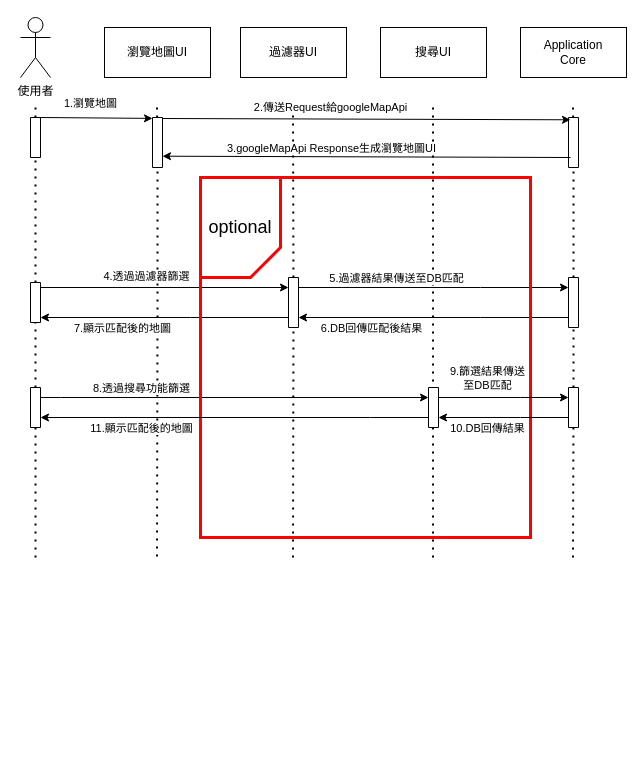
Earlier version of the draw.io diagram UI圖.drawio (sanchongdragon/DrawIOTest). Source tidied: cells renumbered, new cells numbered last; positions are measured from the earlier drawing's top-left corner, leaving out a move shared by most shapes. Both pictures are drawn from the tidied source at 100%, with x=0, y=0 at pixel (20, 17).
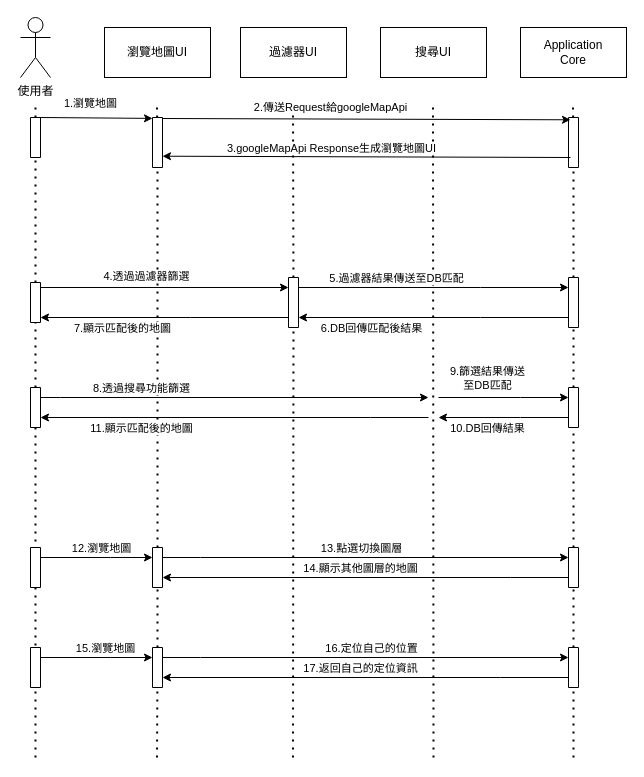
The same diagram, later.

Unchanged cells that the change refers to:
```xml
<mxCell id="33" style="verticalLabelPosition=bottom;verticalAlign=top;html=1;shape=mxgraph.basic.rect;fillColor2=none;strokeWidth=1;size=20;indent=5;" parent="1" vertex="1">
  <mxGeometry x="268" y="260" width="10" height="50" as="geometry" />
</mxCell>
<mxCell id="41" style="verticalLabelPosition=bottom;verticalAlign=top;html=1;shape=mxgraph.basic.rect;fillColor2=none;strokeWidth=1;size=20;indent=5;" parent="1" vertex="1">
  <mxGeometry x="10" y="370" width="10" height="40" as="geometry" />
</mxCell>
<mxCell id="51" style="verticalLabelPosition=bottom;verticalAlign=top;html=1;shape=mxgraph.basic.rect;fillColor2=none;strokeWidth=1;size=20;indent=5;" parent="1" vertex="1">
  <mxGeometry x="548" y="370" width="10" height="40" as="geometry" />
</mxCell>
```

Diff of the diagram source:
```diff
@@
     <mxCell id="10" style="endArrow=none;dashed=1;html=1;dashPattern=1 3;strokeWidth=2;" parent="1" edge="1">
       <mxGeometry relative="1" as="geometry">
-        <mxPoint x="412.5" y="540" as="sourcePoint" />
+        <mxPoint x="413" y="740" as="sourcePoint" />
         <mxPoint x="412.5" y="90" as="targetPoint" />
       </mxGeometry>
     </mxCell>
@@
-    <mxCell id="28" style="endArrow=none;dashed=1;html=1;dashPattern=1 3;strokeWidth=2;" parent="1" edge="1">
+    <mxCell id="28" style="endArrow=none;dashed=1;html=1;dashPattern=1 3;strokeWidth=2;" parent="1" edge="1" source="60">
       <mxGeometry relative="1" as="geometry">
-        <mxPoint x="136.5" y="539" as="sourcePoint" />
         <mxPoint x="137" y="300" as="targetPoint" />
       </mxGeometry>
     </mxCell>
@@
     <mxCell id="34" style="endArrow=none;dashed=1;html=1;dashPattern=1 3;strokeWidth=2;" parent="1" edge="1" target="33">
       <mxGeometry relative="1" as="geometry">
-        <mxPoint x="272.5" y="540" as="sourcePoint" />
+        <mxPoint x="272.5" y="740" as="sourcePoint" />
       </mxGeometry>
     </mxCell>
@@
-    <mxCell id="39" style="edgeStyle=orthogonalEdgeStyle;rounded=0;jettySize=auto;html=1;" parent="1" edge="1" source="41" target="46">
+    <mxCell id="39" style="edgeStyle=orthogonalEdgeStyle;rounded=0;jettySize=auto;html=1;" parent="1" edge="1" source="41">
       <mxGeometry relative="1" as="geometry">
+        <mxPoint x="408" y="380" as="targetPoint" />
         <Array as="points">
           <mxPoint x="40" y="380" />
           <mxPoint x="40" y="380" />
         </Array>
       </mxGeometry>
     </mxCell>
@@
     <mxCell id="42" style="endArrow=none;dashed=1;html=1;dashPattern=1 3;strokeWidth=2;" parent="1" edge="1" target="41">
       <mxGeometry relative="1" as="geometry">
-        <mxPoint x="15" y="540" as="sourcePoint" />
+        <mxPoint x="15" y="740" as="sourcePoint" />
       </mxGeometry>
     </mxCell>
-    <mxCell id="43" style="group;" parent="1" vertex="1">
-      <mxGeometry x="180" y="160" width="330" height="360" as="geometry" />
-    </mxCell>
-    <mxCell id="44" style="rounded=0;whiteSpace=wrap;html=1;fillColor=none;strokeWidth=3;strokeColor=#FF0000;" parent="43" vertex="1">
-      <mxGeometry width="330" height="360" as="geometry" />
-    </mxCell>
-    <mxCell id="45" value="&lt;font style=&quot;font-size: 18px&quot;&gt;optional&lt;/font&gt;" style="shape=card;whiteSpace=wrap;html=1;strokeColor=#FF0000;strokeWidth=3;fillColor=none;direction=west;" parent="43" vertex="1">
-      <mxGeometry width="80" height="100" as="geometry" />
-    </mxCell>
-    <mxCell id="46" style="verticalLabelPosition=bottom;verticalAlign=top;html=1;shape=mxgraph.basic.rect;fillColor2=none;strokeWidth=1;size=20;indent=5;" parent="43" vertex="1">
-      <mxGeometry x="228" y="210" width="10" height="40" as="geometry" />
-    </mxCell>
-    <mxCell id="47" style="edgeStyle=orthogonalEdgeStyle;rounded=0;jettySize=auto;html=1;" parent="1" edge="1" source="46" target="51">
+    <mxCell id="47" style="edgeStyle=orthogonalEdgeStyle;rounded=0;jettySize=auto;html=1;" parent="1" edge="1" target="51">
       <mxGeometry relative="1" as="geometry">
+        <mxPoint x="418" y="380" as="sourcePoint" />
         <Array as="points">
           <mxPoint x="500" y="380" />
           <mxPoint x="500" y="380" />
         </Array>
       </mxGeometry>
     </mxCell>
@@
-    <mxCell id="49" style="edgeStyle=orthogonalEdgeStyle;rounded=0;jettySize=auto;html=1;" parent="1" edge="1" source="51" target="46">
+    <mxCell id="49" style="edgeStyle=orthogonalEdgeStyle;rounded=0;jettySize=auto;html=1;" parent="1" edge="1" source="51">
       <mxGeometry relative="1" as="geometry">
+        <mxPoint x="418" y="400" as="targetPoint" />
         <Array as="points">
           <mxPoint x="500" y="400" />
           <mxPoint x="500" y="400" />
         </Array>
       </mxGeometry>
     </mxCell>
@@
-    <mxCell id="52" style="endArrow=none;dashed=1;html=1;dashPattern=1 3;strokeWidth=2;" parent="1" edge="1" target="51">
-      <mxGeometry relative="1" as="geometry">
-        <mxPoint x="552.5" y="540" as="sourcePoint" />
-      </mxGeometry>
+    <mxCell id="52" style="endArrow=none;dashed=1;html=1;dashPattern=1 3;strokeWidth=2;" parent="1" edge="1" source="62" target="51">
+      <mxGeometry relative="1" as="geometry" />
     </mxCell>
-    <mxCell id="53" style="edgeStyle=orthogonalEdgeStyle;rounded=0;jettySize=auto;html=1;" parent="1" edge="1" source="46" target="41">
+    <mxCell id="53" style="edgeStyle=orthogonalEdgeStyle;rounded=0;jettySize=auto;html=1;" parent="1" edge="1" target="41">
       <mxGeometry relative="1" as="geometry">
+        <mxPoint x="408" y="400" as="sourcePoint" />
         <Array as="points">
           <mxPoint x="350" y="400" />
           <mxPoint x="350" y="400" />
         </Array>
       </mxGeometry>
     </mxCell>
@@
+    <mxCell id="55" style="edgeStyle=orthogonalEdgeStyle;rounded=0;jettySize=auto;html=1;" parent="1" edge="1" source="57" target="60">
+      <mxGeometry relative="1" as="geometry">
+        <Array as="points">
+          <mxPoint x="90" y="540" />
+          <mxPoint x="90" y="540" />
+        </Array>
+      </mxGeometry>
+    </mxCell>
+    <mxCell id="56" value="12.瀏覽地圖" style="edgeLabel;html=1;align=center;verticalAlign=middle;" parent="55" vertex="1">
+      <mxGeometry x="0.25" y="-2" relative="1" as="geometry">
+        <mxPoint x="-9.4" y="-12" as="offset" />
+      </mxGeometry>
+    </mxCell>
+    <mxCell id="57" style="verticalLabelPosition=bottom;verticalAlign=top;html=1;shape=mxgraph.basic.rect;fillColor2=none;strokeWidth=1;size=20;indent=5;" parent="1" vertex="1">
+      <mxGeometry x="10" y="530" width="10" height="40" as="geometry" />
+    </mxCell>
+    <mxCell id="58" style="edgeStyle=orthogonalEdgeStyle;rounded=0;jettySize=auto;html=1;" parent="1" edge="1" source="60" target="62">
+      <mxGeometry relative="1" as="geometry">
+        <Array as="points">
+          <mxPoint x="180" y="540" />
+          <mxPoint x="180" y="540" />
+        </Array>
+      </mxGeometry>
+    </mxCell>
+    <mxCell id="59" value="13.點選切換圖層" style="edgeLabel;html=1;align=center;verticalAlign=middle;" parent="58" vertex="1">
+      <mxGeometry x="0.17" y="-2" relative="1" as="geometry">
+        <mxPoint x="-39.6" y="-12" as="offset" />
+      </mxGeometry>
+    </mxCell>
+    <mxCell id="60" style="verticalLabelPosition=bottom;verticalAlign=top;html=1;shape=mxgraph.basic.rect;fillColor2=none;strokeWidth=1;size=20;indent=5;" parent="1" vertex="1">
+      <mxGeometry x="132" y="530" width="10" height="40" as="geometry" />
+    </mxCell>
+    <mxCell id="61" style="endArrow=none;dashed=1;html=1;dashPattern=1 3;strokeWidth=2;" parent="1" edge="1" source="71" target="60">
+      <mxGeometry relative="1" as="geometry" />
+    </mxCell>
+    <mxCell id="62" style="verticalLabelPosition=bottom;verticalAlign=top;html=1;shape=mxgraph.basic.rect;fillColor2=none;strokeWidth=1;size=20;indent=5;" parent="1" vertex="1">
+      <mxGeometry x="548" y="530" width="10" height="40" as="geometry" />
+    </mxCell>
+    <mxCell id="63" style="endArrow=none;dashed=1;html=1;dashPattern=1 3;strokeWidth=2;" parent="1" edge="1" source="73" target="62">
+      <mxGeometry relative="1" as="geometry" />
+    </mxCell>
+    <mxCell id="64" style="edgeStyle=orthogonalEdgeStyle;rounded=0;jettySize=auto;html=1;" parent="1" edge="1" source="62" target="60">
+      <mxGeometry relative="1" as="geometry">
+        <Array as="points">
+          <mxPoint x="490" y="560" />
+          <mxPoint x="490" y="560" />
+        </Array>
+      </mxGeometry>
+    </mxCell>
+    <mxCell id="65" value="14.顯示其他圖層的地圖" style="edgeLabel;html=1;align=center;verticalAlign=middle;" parent="64" vertex="1">
+      <mxGeometry x="0.17" y="-2" relative="1" as="geometry">
+        <mxPoint x="29.6" y="-8" as="offset" />
+      </mxGeometry>
+    </mxCell>
+    <mxCell id="66" style="edgeStyle=orthogonalEdgeStyle;rounded=0;jettySize=auto;html=1;" parent="1" edge="1" source="68" target="71">
+      <mxGeometry relative="1" as="geometry">
+        <Array as="points">
+          <mxPoint x="90" y="640" />
+          <mxPoint x="90" y="640" />
+        </Array>
+      </mxGeometry>
+    </mxCell>
+    <mxCell id="67" value="15.瀏覽地圖" style="edgeLabel;html=1;align=center;verticalAlign=middle;" parent="66" vertex="1">
+      <mxGeometry x="0.16" y="2" relative="1" as="geometry">
+        <mxPoint x="-0.7" y="-8" as="offset" />
+      </mxGeometry>
+    </mxCell>
+    <mxCell id="68" style="verticalLabelPosition=bottom;verticalAlign=top;html=1;shape=mxgraph.basic.rect;fillColor2=none;strokeWidth=1;size=20;indent=5;" parent="1" vertex="1">
+      <mxGeometry x="10" y="630" width="10" height="40" as="geometry" />
+    </mxCell>
+    <mxCell id="69" style="edgeStyle=orthogonalEdgeStyle;rounded=0;jettySize=auto;html=1;" parent="1" edge="1" source="71" target="73">
+      <mxGeometry relative="1" as="geometry">
+        <Array as="points">
+          <mxPoint x="180" y="640" />
+          <mxPoint x="180" y="640" />
+        </Array>
+      </mxGeometry>
+    </mxCell>
+    <mxCell id="70" value="16.定位自己的位置" style="edgeLabel;html=1;align=center;verticalAlign=middle;" parent="69" vertex="1">
+      <mxGeometry x="0.15" y="2" relative="1" as="geometry">
+        <mxPoint x="-24.9" y="-8" as="offset" />
+      </mxGeometry>
+    </mxCell>
+    <mxCell id="71" style="verticalLabelPosition=bottom;verticalAlign=top;html=1;shape=mxgraph.basic.rect;fillColor2=none;strokeWidth=1;size=20;indent=5;" parent="1" vertex="1">
+      <mxGeometry x="132" y="630" width="10" height="40" as="geometry" />
+    </mxCell>
+    <mxCell id="72" style="endArrow=none;dashed=1;html=1;dashPattern=1 3;strokeWidth=2;" parent="1" edge="1" target="71">
+      <mxGeometry relative="1" as="geometry">
+        <mxPoint x="136.5" y="740" as="sourcePoint" />
+      </mxGeometry>
+    </mxCell>
+    <mxCell id="73" style="verticalLabelPosition=bottom;verticalAlign=top;html=1;shape=mxgraph.basic.rect;fillColor2=none;strokeWidth=1;size=20;indent=5;" parent="1" vertex="1">
+      <mxGeometry x="548" y="630" width="10" height="40" as="geometry" />
+    </mxCell>
+    <mxCell id="74" style="endArrow=none;dashed=1;html=1;dashPattern=1 3;strokeWidth=2;" parent="1" edge="1" target="73">
+      <mxGeometry relative="1" as="geometry">
+        <mxPoint x="553" y="740" as="sourcePoint" />
+      </mxGeometry>
+    </mxCell>
+    <mxCell id="75" style="edgeStyle=orthogonalEdgeStyle;rounded=0;jettySize=auto;html=1;" parent="1" edge="1" source="73" target="71">
+      <mxGeometry relative="1" as="geometry">
+        <Array as="points">
+          <mxPoint x="480" y="660" />
+          <mxPoint x="480" y="660" />
+        </Array>
+      </mxGeometry>
+    </mxCell>
+    <mxCell id="76" value="17.返回自己的定位資訊" style="edgeLabel;html=1;align=center;verticalAlign=middle;" parent="75" vertex="1">
+      <mxGeometry x="0.15" y="2" relative="1" as="geometry">
+        <mxPoint x="24.9" y="-12" as="offset" />
+      </mxGeometry>
+    </mxCell>
```
